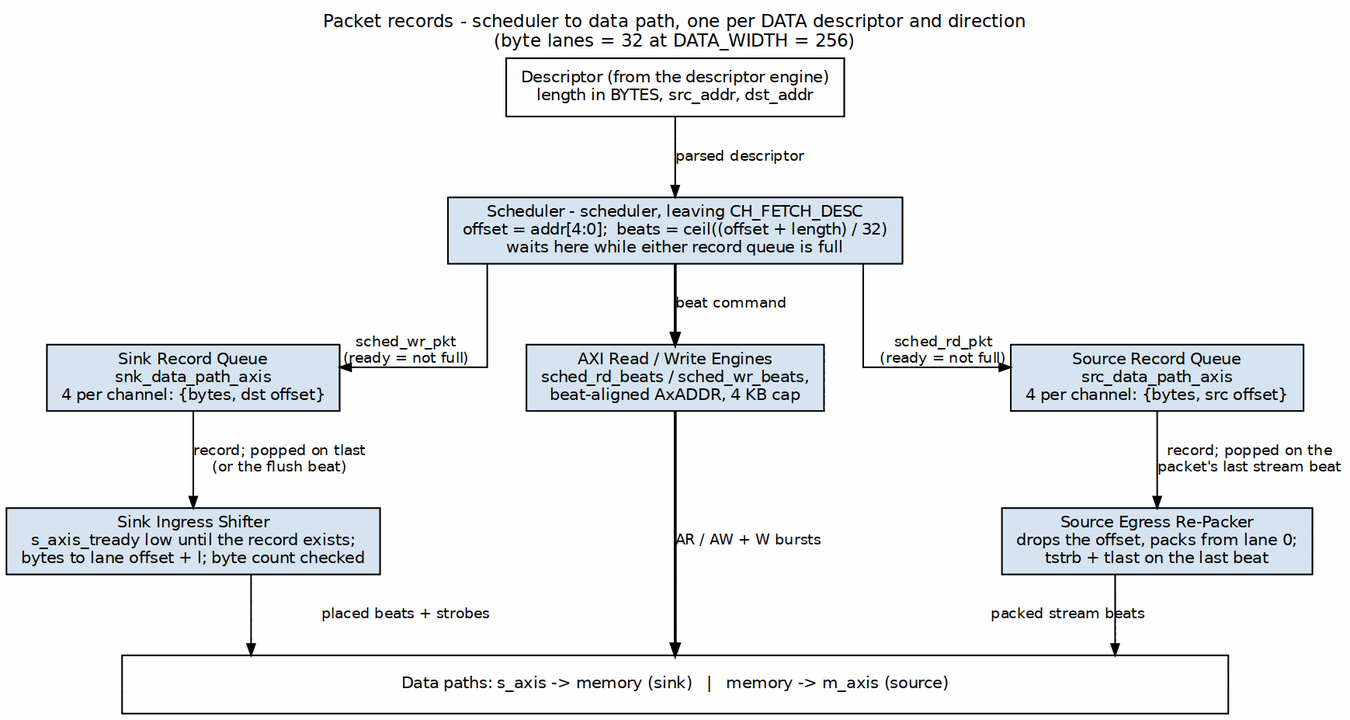
This is projects/components/dma-ip/rapids/docs/rapids_has/assets/graphviz/03_packet_record_flow.png from sean-galloway/RTLDesignSherpa, a Graphviz export, as it was before one commit. Its source is kept beside it as projects/components/dma-ip/rapids/docs/rapids_has/assets/graphviz/03_packet_record_flow.dot.
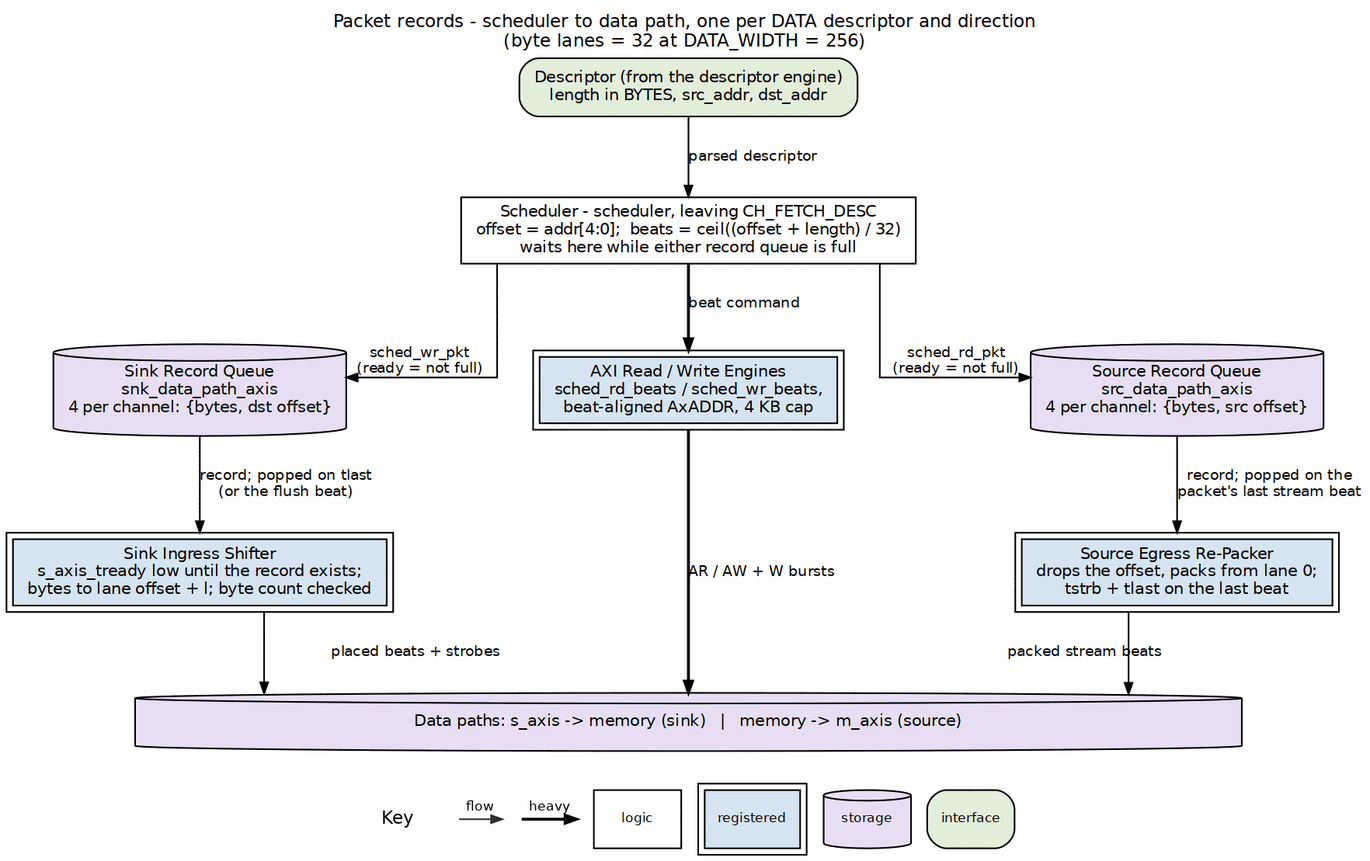
Above is the later version.

Diff of the diagram source:
```diff
@@ -4,17 +4,17 @@
            label="Packet records - scheduler to data path, one per DATA descriptor and direction\n(byte lanes = 32 at DATA_WIDTH = 256)",
            labelloc=t, labeljust=c];
     node  [fontname="Helvetica", fontsize=10, shape=box, style=filled,
-           fillcolor="#D6E4F0", color="black", margin="0.12,0.06"];
+           fillcolor="white", color="black", margin="0.12,0.06"];
     edge  [fontname="Helvetica", fontsize=9, color="black", arrowsize=0.7];
 
-    desc  [label="Descriptor (from the descriptor engine)\nlength in BYTES, src_addr, dst_addr", fillcolor="white", group=C];
-    sched [label="Scheduler - scheduler, leaving CH_FETCH_DESC\noffset = addr[4:0];  beats = ceil((offset + length) / 32)\nwaits here while either record queue is full", group=C];
-    q_wr  [label="Sink Record Queue\nsnk_data_path_axis\n4 per channel: {bytes, dst offset}", group=L];
-    eng   [label="AXI Read / Write Engines\nsched_rd_beats / sched_wr_beats,\nbeat-aligned AxADDR, 4 KB cap", group=C];
-    q_rd  [label="Source Record Queue\nsrc_data_path_axis\n4 per channel: {bytes, src offset}", group=R];
-    ingress [label="Sink Ingress Shifter\ns_axis_tready low until the record exists;\nbytes to lane offset + l; byte count checked", group=L];
-    egress  [label="Source Egress Re-Packer\ndrops the offset, packs from lane 0;\ntstrb + tlast on the last beat", group=R];
-    bar [label="Data paths: s_axis -> memory (sink)   |   memory -> m_axis (source)", fillcolor="white", width=9.5, group=C];
+    desc  [label="Descriptor (from the descriptor engine)\nlength in BYTES, src_addr, dst_addr", fillcolor="white", group=C, style="rounded,filled", fillcolor="#E2EFDA"];
+    sched [label="Scheduler - scheduler, leaving CH_FETCH_DESC\noffset = addr[4:0];  beats = ceil((offset + length) / 32)\nwaits here while either record queue is full", group=C, style="filled", fillcolor="white"];
+    q_wr  [label="Sink Record Queue\nsnk_data_path_axis\n4 per channel: {bytes, dst offset}", group=L, shape=cylinder, style="filled", fillcolor="#E8DFF5"];
+    eng   [label="AXI Read / Write Engines\nsched_rd_beats / sched_wr_beats,\nbeat-aligned AxADDR, 4 KB cap", group=C, peripheries=2, style="filled", fillcolor="#D6E4F0"];
+    q_rd  [label="Source Record Queue\nsrc_data_path_axis\n4 per channel: {bytes, src offset}", group=R, shape=cylinder, style="filled", fillcolor="#E8DFF5"];
+    ingress [label="Sink Ingress Shifter\ns_axis_tready low until the record exists;\nbytes to lane offset + l; byte count checked", group=L, peripheries=2, style="filled", fillcolor="#D6E4F0"];
+    egress  [label="Source Egress Re-Packer\ndrops the offset, packs from lane 0;\ntstrb + tlast on the last beat", group=R, peripheries=2, style="filled", fillcolor="#D6E4F0"];
+    bar [label="Data paths: s_axis -> memory (sink)   |   memory -> m_axis (source)", fillcolor="white", width=9.5, group=C, shape=cylinder, style="filled", fillcolor="#E8DFF5"];
 
     desc  -> sched [label="parsed descriptor"];
     sched -> q_wr  [xlabel="sched_wr_pkt\n(ready = not full)"];
```
